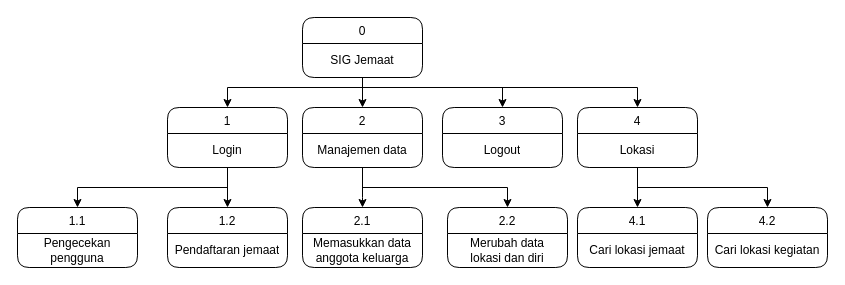
Earlier version of the draw.io diagram page "Page-3" (3 of 7) of DFD.drawio (Raymond-15/requirements). Source tidied: cells renumbered, new cells numbered last; positions are measured from the earlier drawing's top-left corner, leaving out a move shared by most shapes. Both pictures are drawn from the tidied source at 100%, with x=0, y=0 at pixel (17, 17).
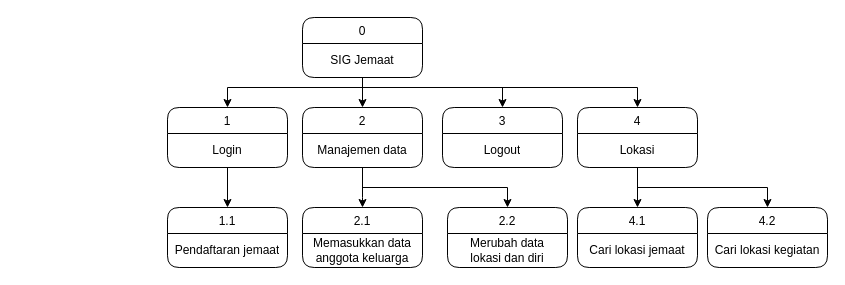
After the change.

The change refers to these unchanged cells:
```xml
<mxCell id="20" value="1" style="swimlane;fontStyle=0;horizontal=1;startSize=26;fillColor=none;rounded=1;swimlaneLine=1;" parent="1" vertex="1">
  <mxGeometry x="150" y="90" width="120" height="60" as="geometry" />
</mxCell>
```

The edit, as a diff of the source:
```diff
@@
-    <mxCell id="19" style="edgeStyle=orthogonalEdgeStyle;rounded=0;jettySize=auto;html=1;entryX=0.5;entryY=0;entryDx=0;entryDy=0;" parent="1" edge="1" source="20" target="24">
-      <mxGeometry relative="1" as="geometry">
-        <Array as="points">
-          <mxPoint x="210" y="170" />
-          <mxPoint x="60" y="170" />
-        </Array>
-      </mxGeometry>
-    </mxCell>
@@
-    <mxCell id="22" value="1.2" style="swimlane;fontStyle=0;horizontal=1;startSize=26;fillColor=none;rounded=1;swimlaneLine=1;" parent="1" vertex="1">
+    <mxCell id="22" value="1.1" style="swimlane;fontStyle=0;horizontal=1;startSize=26;fillColor=none;rounded=1;swimlaneLine=1;" parent="1" vertex="1">
       <mxGeometry x="150" y="190" width="120" height="60" as="geometry" />
     </mxCell>
@@
-    <mxCell id="24" value="1.1" style="swimlane;fontStyle=0;horizontal=1;startSize=26;fillColor=none;rounded=1;swimlaneLine=1;" parent="1" vertex="1">
-      <mxGeometry y="190" width="120" height="60" as="geometry" />
-    </mxCell>
-    <mxCell id="25" value="Pengecekan pengguna" style="text;strokeColor=none;fillColor=none;align=center;verticalAlign=middle;spacingLeft=4;spacingRight=4;overflow=hidden;whiteSpace=wrap;" parent="24" vertex="1">
-      <mxGeometry y="26" width="120" height="34" as="geometry" />
-    </mxCell>
```
